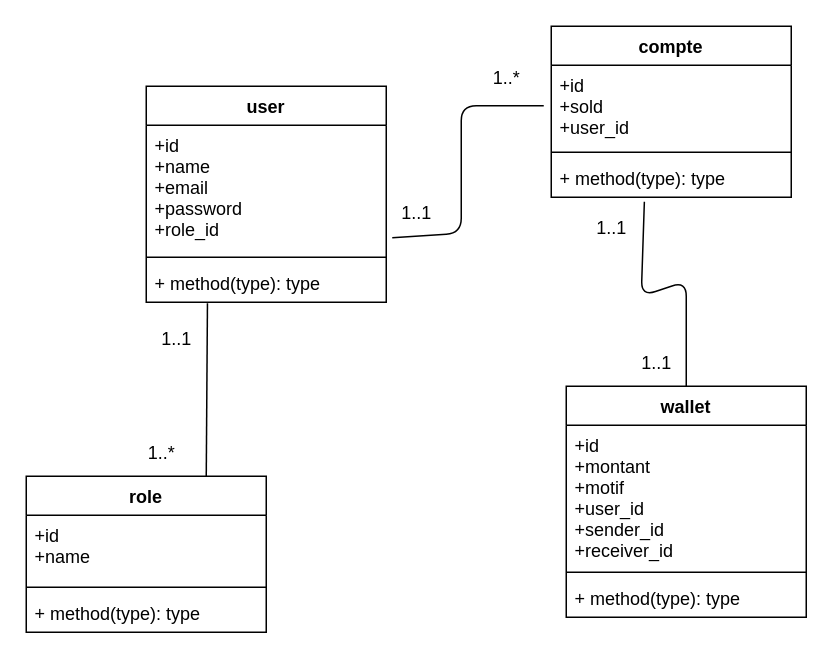
AmeksaKhadija/YouWallet keeps this draw.io diagram as conception/conception.drawio. Above is the earlier version. Source tidied: cells renumbered, new cells numbered last; positions are measured from the earlier drawing's top-left corner, leaving out a move shared by most shapes. Both pictures are drawn from the tidied source at 150%, with x=0, y=0 at pixel (26, 26).
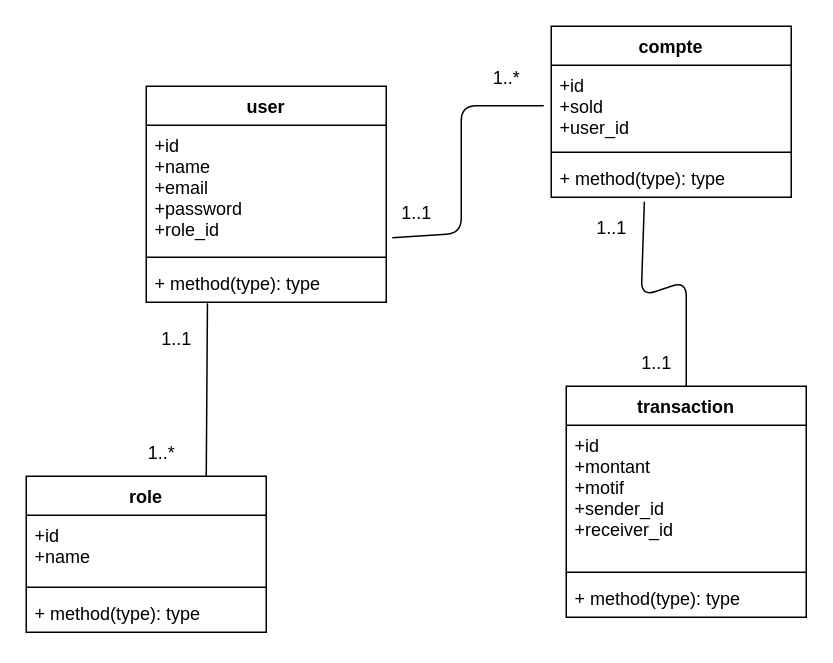
After the change.

The edit, as a diff of the source:
```diff
@@
-    <mxCell id="6" value="wallet" style="swimlane;fontStyle=1;align=center;verticalAlign=top;horizontal=1;startSize=26;" parent="1" vertex="1">
+    <mxCell id="6" value="transaction" style="swimlane;fontStyle=1;align=center;verticalAlign=top;horizontal=1;startSize=26;" parent="1" vertex="1">
       <mxGeometry x="360" y="240" width="160" height="154" as="geometry" />
     </mxCell>
-    <mxCell id="7" value="+id&#10;+montant&#10;+motif&#10;+user_id&#10;+sender_id&#10;+receiver_id" style="text;strokeColor=none;fillColor=none;align=left;verticalAlign=top;spacingLeft=4;spacingRight=4;overflow=hidden;" parent="6" vertex="1">
+    <mxCell id="7" value="+id&#10;+montant&#10;+motif&#10;+sender_id&#10;+receiver_id" style="text;strokeColor=none;fillColor=none;align=left;verticalAlign=top;spacingLeft=4;spacingRight=4;overflow=hidden;" parent="6" vertex="1">
       <mxGeometry y="26" width="160" height="94" as="geometry" />
     </mxCell>
```
